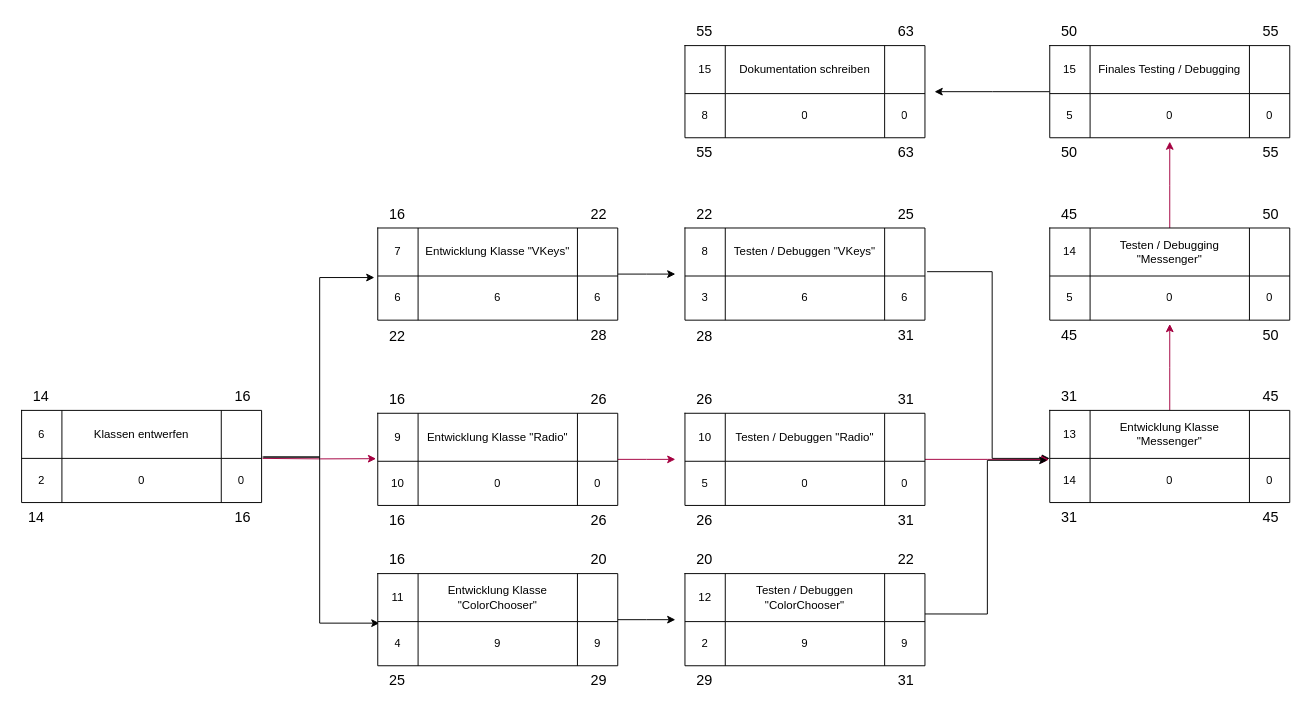
The draw.io diagram Documentation/Grafik/Diagramm/Netzplan_umsetzung.drawio in GeKoppe/TouchPager, before the edit. Source tidied: cells renumbered, new cells numbered last; positions are measured from the earlier drawing's top-left corner, leaving out a move shared by most shapes. Both pictures are drawn from the tidied source at 96%, with x=0, y=0 at pixel (16, 16).
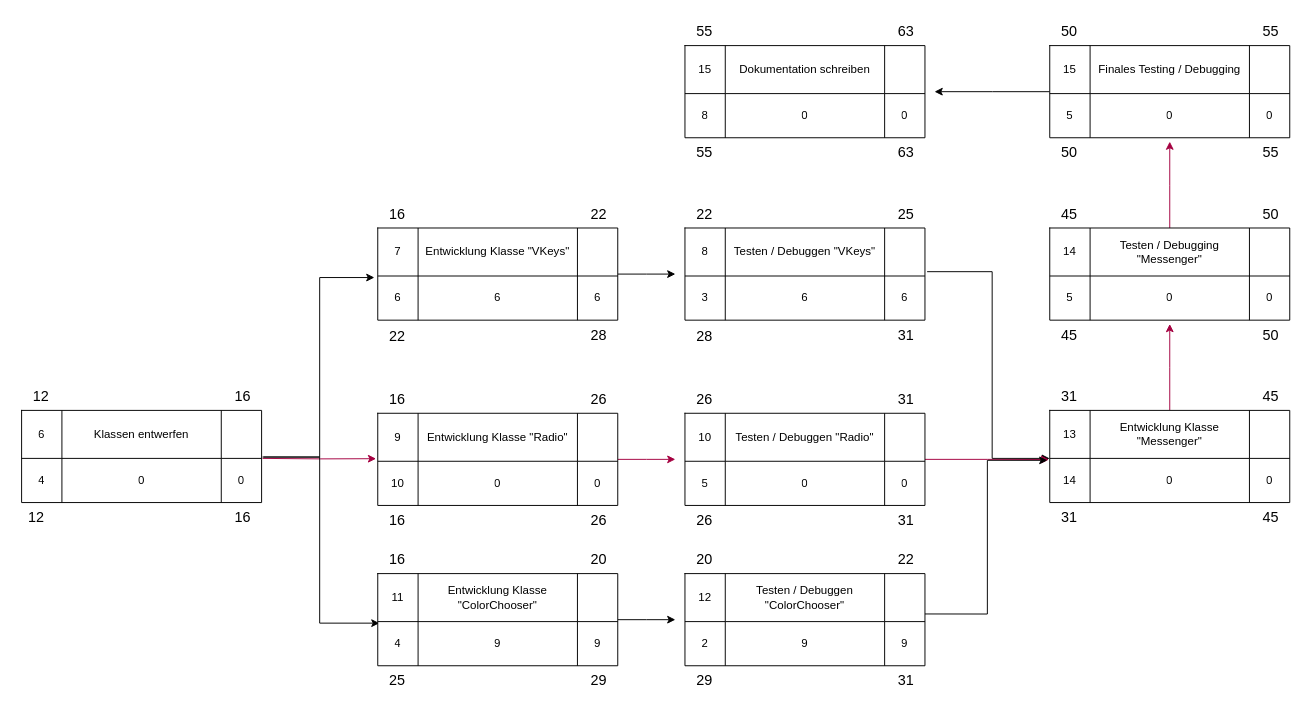
The same diagram, later.

Unchanged cells that the change refers to:
```xml
<mxCell id="10" style="shape=tableRow;horizontal=0;startSize=0;swimlaneHead=0;swimlaneBody=0;top=0;left=0;bottom=0;right=0;fillColor=none;points=[[0,0.5],[1,0.5]];portConstraint=eastwest;labelBackgroundColor=none;" parent="5" vertex="1">
  <mxGeometry y="50" width="250" height="46" as="geometry" />
</mxCell>
```

Change to the diagram source:
```diff
@@
-    <mxCell id="11" value="2" style="shape=partialRectangle;html=1;whiteSpace=wrap;fillColor=none;top=0;left=0;bottom=0;right=0;overflow=hidden;labelBackgroundColor=none;" parent="10" vertex="1">
+    <mxCell id="11" value="4" style="shape=partialRectangle;html=1;whiteSpace=wrap;fillColor=none;top=0;left=0;bottom=0;right=0;overflow=hidden;labelBackgroundColor=none;" parent="10" vertex="1">
       <mxGeometry width="42" height="46" as="geometry" />
     </mxCell>
@@
-    <mxCell id="14" value="14" style="text;html=1;align=center;verticalAlign=middle;strokeColor=none;fillColor=none;fontSize=15;labelBackgroundColor=none;" parent="1" vertex="1">
+    <mxCell id="14" value="12" style="text;html=1;align=center;verticalAlign=middle;strokeColor=none;fillColor=none;fontSize=15;labelBackgroundColor=none;" parent="1" vertex="1">
       <mxGeometry x="5" y="380" width="40" height="30" as="geometry" />
     </mxCell>
-    <mxCell id="15" value="14" style="text;html=1;align=center;verticalAlign=middle;strokeColor=none;fillColor=none;fontSize=15;labelBackgroundColor=none;" parent="1" vertex="1">
+    <mxCell id="15" value="12" style="text;html=1;align=center;verticalAlign=middle;strokeColor=none;fillColor=none;fontSize=15;labelBackgroundColor=none;" parent="1" vertex="1">
       <mxGeometry y="506" width="40" height="30" as="geometry" />
     </mxCell>
```
